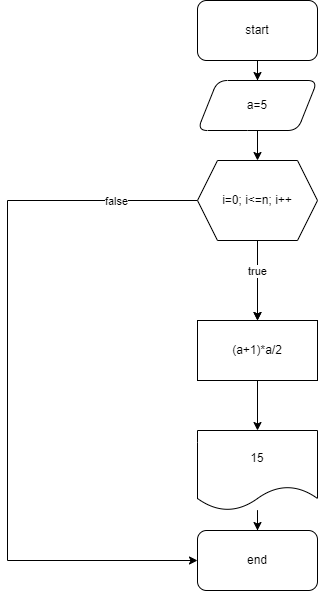
This is ders1_.drawio.png from Jamil-Arifoglu/ders, a draw.io export, as it was before one commit. Source tidied: cells renumbered, new cells last; positions are measured from the earlier drawing's top-left corner, leaving out a move shared by most shapes.
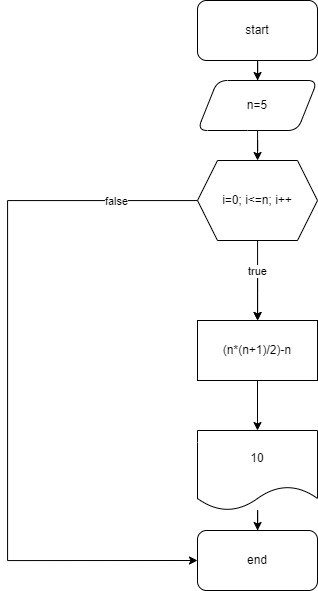
The same file after the commit.

Diff of the diagram source:
```diff
@@ -11,19 +11,19 @@
     <mxCell id="4" style="edgeStyle=orthogonalEdgeStyle;rounded=0;jettySize=auto;html=1;" parent="1" edge="1" source="5" target="16">
       <mxGeometry relative="1" as="geometry" />
     </mxCell>
-    <mxCell id="5" value="a=5" style="shape=parallelogram;perimeter=parallelogramPerimeter;whiteSpace=wrap;html=1;fixedSize=1;rounded=1;" parent="1" vertex="1">
+    <mxCell id="5" value="n=5" style="shape=parallelogram;perimeter=parallelogramPerimeter;whiteSpace=wrap;html=1;fixedSize=1;rounded=1;" parent="1" vertex="1">
       <mxGeometry x="190" y="80" width="120" height="50" as="geometry" />
     </mxCell>
     <mxCell id="6" style="edgeStyle=orthogonalEdgeStyle;rounded=0;jettySize=auto;html=1;" parent="1" edge="1" source="7" target="9">
       <mxGeometry relative="1" as="geometry" />
     </mxCell>
-    <mxCell id="7" value="(a+1)*a/2" style="rounded=0;whiteSpace=wrap;html=1;" parent="1" vertex="1">
+    <mxCell id="7" value="(n*(n+1)/2)-n" style="rounded=0;whiteSpace=wrap;html=1;" parent="1" vertex="1">
       <mxGeometry x="190" y="320" width="120" height="60" as="geometry" />
     </mxCell>
     <mxCell id="8" style="edgeStyle=orthogonalEdgeStyle;rounded=0;jettySize=auto;html=1;" parent="1" edge="1" source="9" target="10">
       <mxGeometry relative="1" as="geometry" />
     </mxCell>
-    <mxCell id="9" value="15" style="shape=document;whiteSpace=wrap;html=1;boundedLbl=1;rounded=0;" parent="1" vertex="1">
+    <mxCell id="9" value="10" style="shape=document;whiteSpace=wrap;html=1;boundedLbl=1;rounded=0;" parent="1" vertex="1">
       <mxGeometry x="190" y="430" width="120" height="80" as="geometry" />
     </mxCell>
     <mxCell id="10" value="end" style="rounded=1;whiteSpace=wrap;html=1;" parent="1" vertex="1">
```
